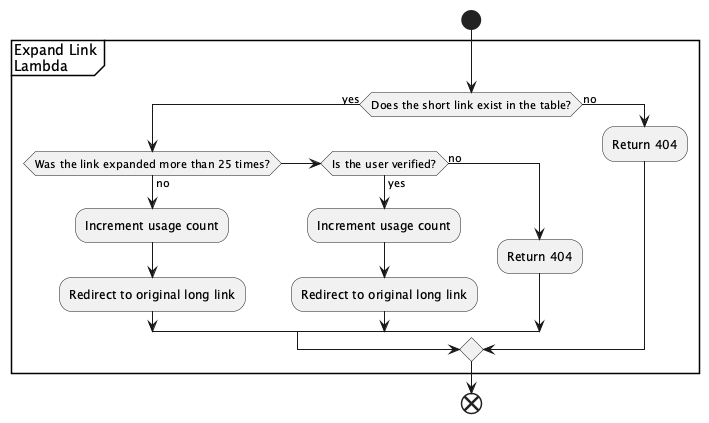
Above: images/flowchart_03_expand_link.png in mourjo/liliput (PlantUML), before the change. Source of this version:
```plantuml
@startuml


start

    partition "Expand Link\nLambda" {
    if (Does the short link exist in the table?) then (yes)
       if (Was the link expanded more than 25 times?) then (no)
       :Increment usage count;
       :Redirect to original long link;
       elseif (Is the user verified?) then (yes)
           :Increment usage count;
           :Redirect to original long link;
           else (no)
           :Return 404;
    endif

    else (no)
    :Return 404;
    endif
    }
end




@enduml
```
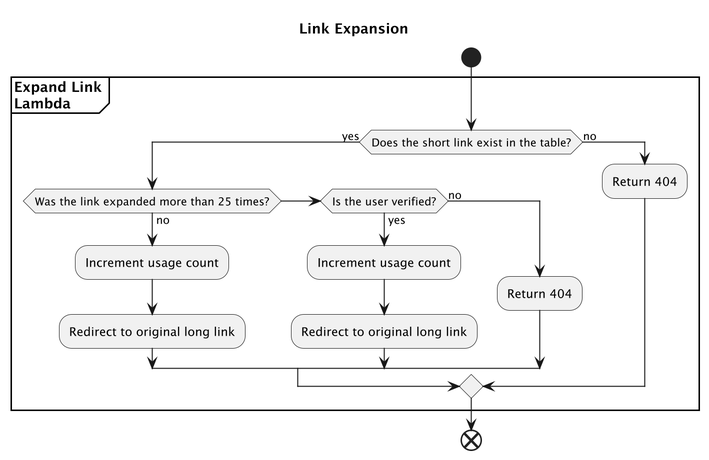
After the change.

What changed in the source:
```diff
@@ -1,9 +1,11 @@
 @startuml
 
+title "Link Expansion"
+scale 2
 
 start
 
-    partition "Expand Link\nLambda" {
+    partition "**Expand Link**\n**Lambda**" {
     if (Does the short link exist in the table?) then (yes)
        if (Was the link expanded more than 25 times?) then (no)
        :Increment usage count;
```
